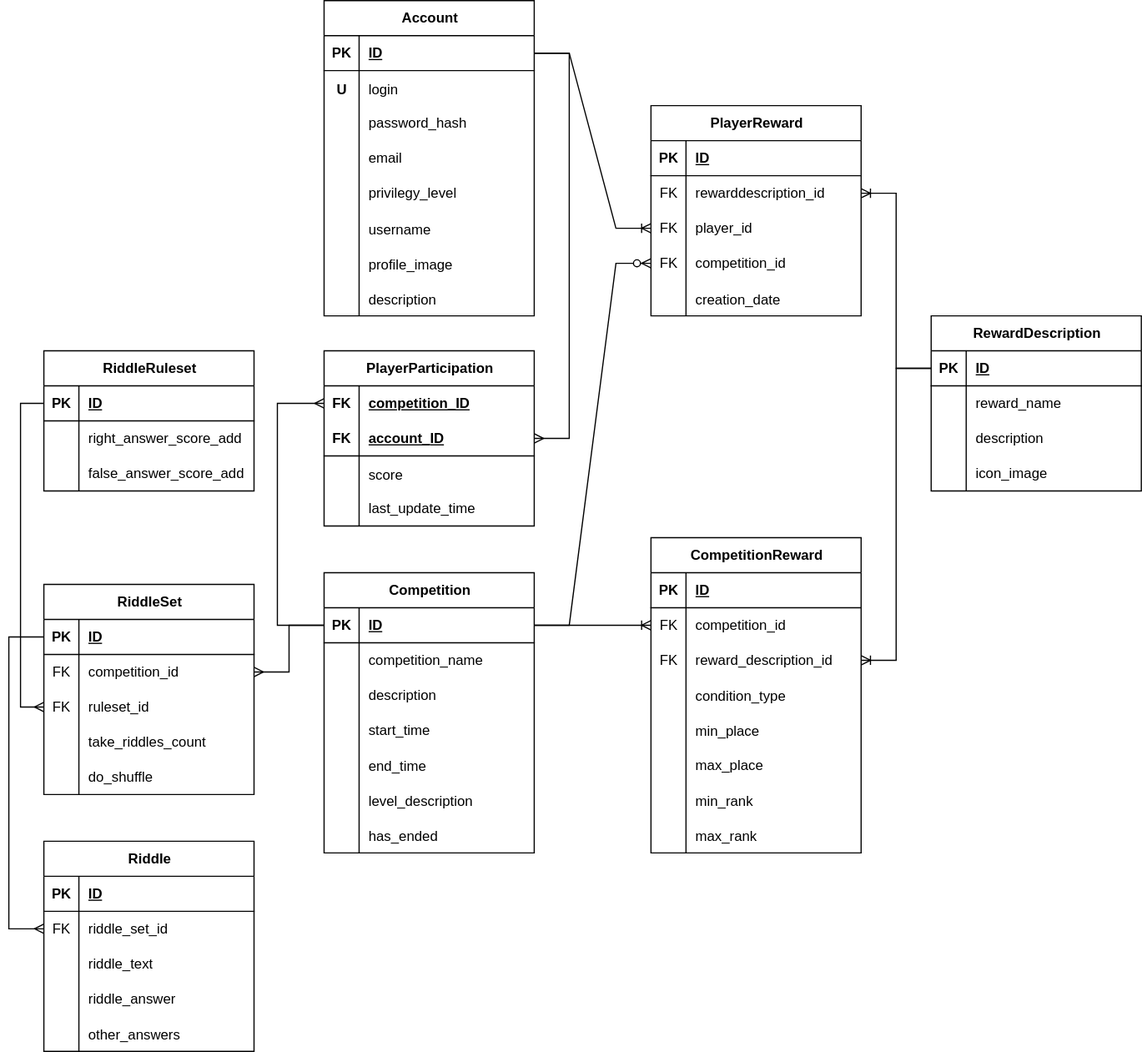
Earlier version of the draw.io export img/db.svg (Kukushenok/competitive-math-game). Source tidied: cells renumbered, new cells last; positions are measured from the earlier drawing's top-left corner, leaving out a move shared by most shapes.
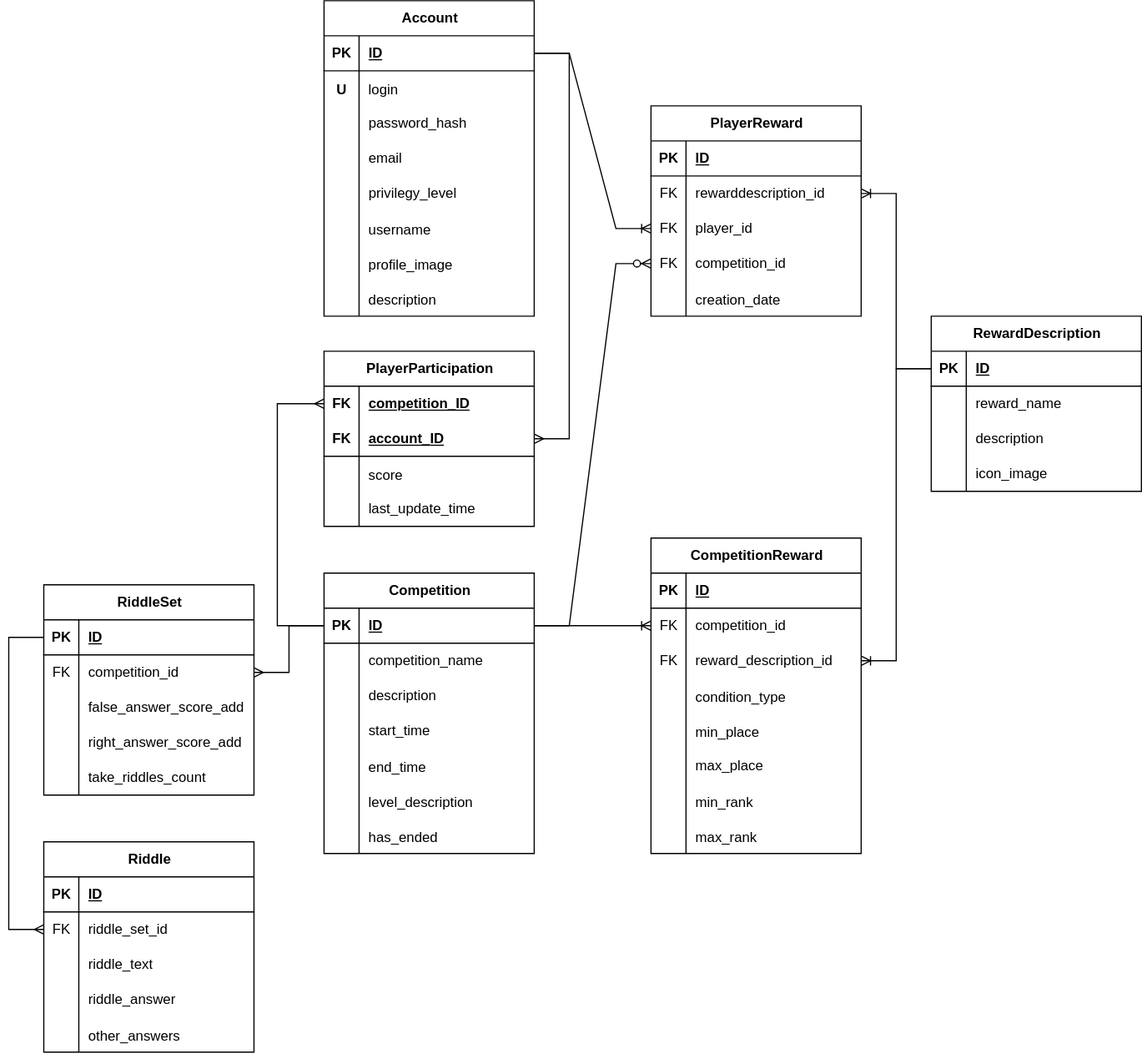
After the commit.

What changed in the source:
```diff
@@ -395,17 +395,26 @@
     <mxCell id="129" value="competition_id" style="shape=partialRectangle;fillColor=none;top=0;left=0;bottom=0;right=0;align=left;spacingLeft=6;overflow=hidden;whiteSpace=wrap;html=1;" parent="127" vertex="1">
       <mxGeometry x="30" width="150" height="30" as="geometry" />
     </mxCell>
-    <mxCell id="130" style="shape=tableRow;horizontal=0;startSize=0;swimlaneHead=0;swimlaneBody=0;fillColor=none;points=[[0,0.5],[1,0.5]];portConstraint=eastwest;top=0;left=0;right=0;bottom=0;" parent="123" vertex="1">
-      <mxGeometry y="90" width="180" height="30" as="geometry" />
-    </mxCell>
-    <mxCell id="131" value="FK" style="shape=partialRectangle;fillColor=none;top=0;left=0;bottom=0;right=0;overflow=hidden;whiteSpace=wrap;html=1;" parent="130" vertex="1">
-      <mxGeometry width="30" height="30" as="geometry" />
-    </mxCell>
-    <mxCell id="132" value="ruleset_id" style="shape=partialRectangle;fillColor=none;top=0;left=0;bottom=0;right=0;align=left;spacingLeft=6;overflow=hidden;whiteSpace=wrap;html=1;" parent="130" vertex="1">
-      <mxGeometry x="30" width="150" height="30" as="geometry" />
-    </mxCell>
+    <mxCell id="163" style="shape=tableRow;horizontal=0;startSize=0;swimlaneHead=0;swimlaneBody=0;fillColor=none;top=0;left=0;right=0;bottom=0;" parent="123" vertex="1">
+      <mxGeometry y="90" width="180" height="30" as="geometry" />
+    </mxCell>
+    <mxCell id="164" style="shape=partialRectangle;fillColor=none;top=0;left=0;bottom=0;right=0;overflow=hidden;whiteSpace=wrap;html=1;" parent="163" vertex="1">
+      <mxGeometry width="30" height="30" as="geometry" />
+    </mxCell>
+    <mxCell id="165" value="false_answer_score_add" style="shape=partialRectangle;fillColor=none;top=0;left=0;bottom=0;right=0;align=left;spacingLeft=6;overflow=hidden;whiteSpace=wrap;html=1;" parent="163" vertex="1">
+      <mxGeometry x="30" width="150" height="30" as="geometry" />
+    </mxCell>
+    <mxCell id="160" style="shape=tableRow;horizontal=0;startSize=0;swimlaneHead=0;swimlaneBody=0;fillColor=none;top=0;left=0;right=0;bottom=0;" parent="123" vertex="1">
+      <mxGeometry y="120" width="180" height="30" as="geometry" />
+    </mxCell>
+    <mxCell id="161" style="shape=partialRectangle;fillColor=none;top=0;left=0;bottom=0;right=0;overflow=hidden;whiteSpace=wrap;html=1;" parent="160" vertex="1">
+      <mxGeometry width="30" height="30" as="geometry" />
+    </mxCell>
+    <mxCell id="162" value="right_answer_score_add" style="shape=partialRectangle;fillColor=none;top=0;left=0;bottom=0;right=0;align=left;spacingLeft=6;overflow=hidden;whiteSpace=wrap;html=1;" parent="160" vertex="1">
+      <mxGeometry x="30" width="150" height="30" as="geometry" />
+    </mxCell>
     <mxCell id="133" style="shape=tableRow;horizontal=0;startSize=0;swimlaneHead=0;swimlaneBody=0;fillColor=none;top=0;left=0;right=0;bottom=0;" parent="123" vertex="1">
-      <mxGeometry y="120" width="180" height="30" as="geometry" />
+      <mxGeometry y="150" width="180" height="30" as="geometry" />
     </mxCell>
     <mxCell id="134" style="shape=partialRectangle;fillColor=none;top=0;left=0;bottom=0;right=0;overflow=hidden;whiteSpace=wrap;html=1;" parent="133" vertex="1">
       <mxGeometry width="30" height="30" as="geometry" />
@@ -413,15 +422,6 @@
     <mxCell id="135" value="take_riddles_count" style="shape=partialRectangle;fillColor=none;top=0;left=0;bottom=0;right=0;align=left;spacingLeft=6;overflow=hidden;whiteSpace=wrap;html=1;" parent="133" vertex="1">
       <mxGeometry x="30" width="150" height="30" as="geometry" />
     </mxCell>
-    <mxCell id="136" style="shape=tableRow;horizontal=0;startSize=0;swimlaneHead=0;swimlaneBody=0;fillColor=none;top=0;left=0;right=0;bottom=0;" parent="123" vertex="1">
-      <mxGeometry y="150" width="180" height="30" as="geometry" />
-    </mxCell>
-    <mxCell id="137" style="shape=partialRectangle;fillColor=none;top=0;left=0;bottom=0;right=0;overflow=hidden;whiteSpace=wrap;html=1;" parent="136" vertex="1">
-      <mxGeometry width="30" height="30" as="geometry" />
-    </mxCell>
-    <mxCell id="138" value="do_shuffle" style="shape=partialRectangle;fillColor=none;top=0;left=0;bottom=0;right=0;align=left;spacingLeft=6;overflow=hidden;whiteSpace=wrap;html=1;" parent="136" vertex="1">
-      <mxGeometry x="30" width="150" height="30" as="geometry" />
-    </mxCell>
     <mxCell id="139" style="edgeStyle=entityRelationEdgeStyle;fontSize=12;html=1;endArrow=ERmany;rounded=0;entryX=1;entryY=0.5;entryDx=0;entryDy=0;exitX=0;exitY=0.5;exitDx=0;exitDy=0;" parent="1" edge="1" source="41" target="127">
       <mxGeometry relative="1" as="geometry" />
     </mxCell>
@@ -473,36 +473,6 @@
     <mxCell id="155" value="other_answers" style="shape=partialRectangle;fillColor=none;top=0;left=0;bottom=0;right=0;align=left;spacingLeft=6;overflow=hidden;" parent="153" vertex="1">
       <mxGeometry x="30" width="150" height="30" as="geometry" />
     </mxCell>
-    <mxCell id="156" value="RiddleRuleset" style="shape=table;startSize=30;rowLines=0;fontStyle=1;align=center;html=1;" parent="1" vertex="1">
-      <mxGeometry x="30" y="300" width="180" height="120" as="geometry" />
-    </mxCell>
-    <mxCell id="157" style="shape=tableRow;horizontal=0;startSize=0;swimlaneHead=0;swimlaneBody=0;fillColor=none;points=[[0,0.5],[1,0.5]];portConstraint=eastwest;top=0;left=0;right=0;bottom=1;" parent="156" vertex="1">
-      <mxGeometry y="30" width="180" height="30" as="geometry" />
-    </mxCell>
-    <mxCell id="158" value="PK" style="shape=partialRectangle;fillColor=none;top=0;left=0;bottom=0;right=0;fontStyle=1;overflow=hidden;whiteSpace=wrap;html=1;" parent="157" vertex="1">
-      <mxGeometry width="30" height="30" as="geometry" />
-    </mxCell>
-    <mxCell id="159" value="ID" style="shape=partialRectangle;fillColor=none;top=0;left=0;bottom=0;right=0;align=left;spacingLeft=6;fontStyle=5;overflow=hidden;whiteSpace=wrap;html=1;labelBackgroundColor=none;labelBorderColor=none;" parent="157" vertex="1">
-      <mxGeometry x="30" width="150" height="30" as="geometry" />
-    </mxCell>
-    <mxCell id="160" style="shape=tableRow;horizontal=0;startSize=0;swimlaneHead=0;swimlaneBody=0;fillColor=none;top=0;left=0;right=0;bottom=0;" parent="156" vertex="1">
-      <mxGeometry y="60" width="180" height="30" as="geometry" />
-    </mxCell>
-    <mxCell id="161" style="shape=partialRectangle;fillColor=none;top=0;left=0;bottom=0;right=0;overflow=hidden;whiteSpace=wrap;html=1;" parent="160" vertex="1">
-      <mxGeometry width="30" height="30" as="geometry" />
-    </mxCell>
-    <mxCell id="162" value="right_answer_score_add" style="shape=partialRectangle;fillColor=none;top=0;left=0;bottom=0;right=0;align=left;spacingLeft=6;overflow=hidden;whiteSpace=wrap;html=1;" parent="160" vertex="1">
-      <mxGeometry x="30" width="150" height="30" as="geometry" />
-    </mxCell>
-    <mxCell id="163" style="shape=tableRow;horizontal=0;startSize=0;swimlaneHead=0;swimlaneBody=0;fillColor=none;top=0;left=0;right=0;bottom=0;" parent="156" vertex="1">
-      <mxGeometry y="90" width="180" height="30" as="geometry" />
-    </mxCell>
-    <mxCell id="164" style="shape=partialRectangle;fillColor=none;top=0;left=0;bottom=0;right=0;overflow=hidden;whiteSpace=wrap;html=1;" parent="163" vertex="1">
-      <mxGeometry width="30" height="30" as="geometry" />
-    </mxCell>
-    <mxCell id="165" value="false_answer_score_add" style="shape=partialRectangle;fillColor=none;top=0;left=0;bottom=0;right=0;align=left;spacingLeft=6;overflow=hidden;whiteSpace=wrap;html=1;" parent="163" vertex="1">
-      <mxGeometry x="30" width="150" height="30" as="geometry" />
-    </mxCell>
     <mxCell id="166" style="edgeStyle=orthogonalEdgeStyle;rounded=0;jettySize=auto;html=1;exitX=0;exitY=0.5;exitDx=0;exitDy=0;entryX=0;entryY=0.5;entryDx=0;entryDy=0;endArrow=ERmany;endFill=0;" parent="1" edge="1" source="124" target="144">
       <mxGeometry relative="1" as="geometry">
         <Array as="points">
@@ -511,8 +481,5 @@
         </Array>
       </mxGeometry>
     </mxCell>
-    <mxCell id="167" style="edgeStyle=orthogonalEdgeStyle;rounded=0;jettySize=auto;html=1;exitX=0;exitY=0.5;exitDx=0;exitDy=0;entryX=0;entryY=0.5;entryDx=0;entryDy=0;endArrow=ERmany;endFill=0;" parent="1" edge="1" source="157" target="130">
-      <mxGeometry relative="1" as="geometry" />
-    </mxCell>
   </root>
 </mxGraphModel>
```
